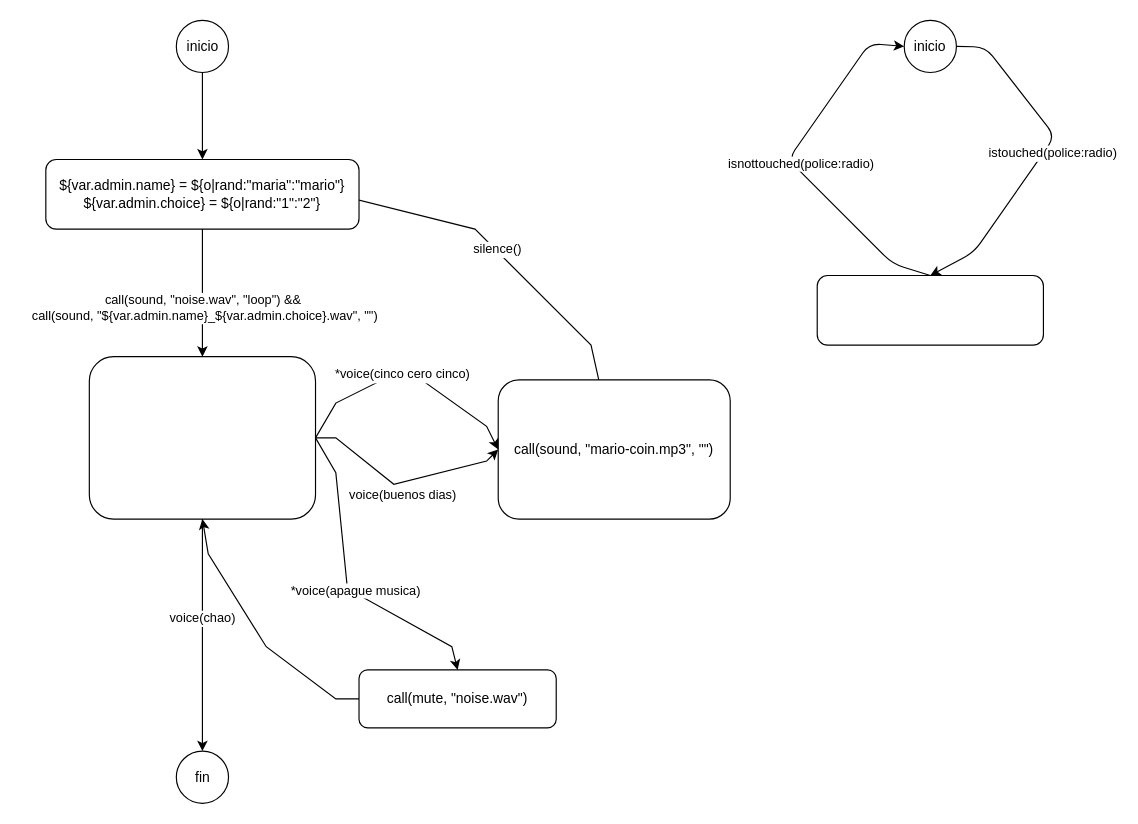
The draw.io diagram data/ue/scenes/caso1.drawio in ejfdelgado/ejflab, before the edit. Source tidied: cells renumbered, new cells numbered last; positions are measured from the earlier drawing's top-left corner, leaving out a move shared by most shapes. Both pictures are drawn from the tidied source at 116%, with x=0, y=0 at pixel (45, 20).
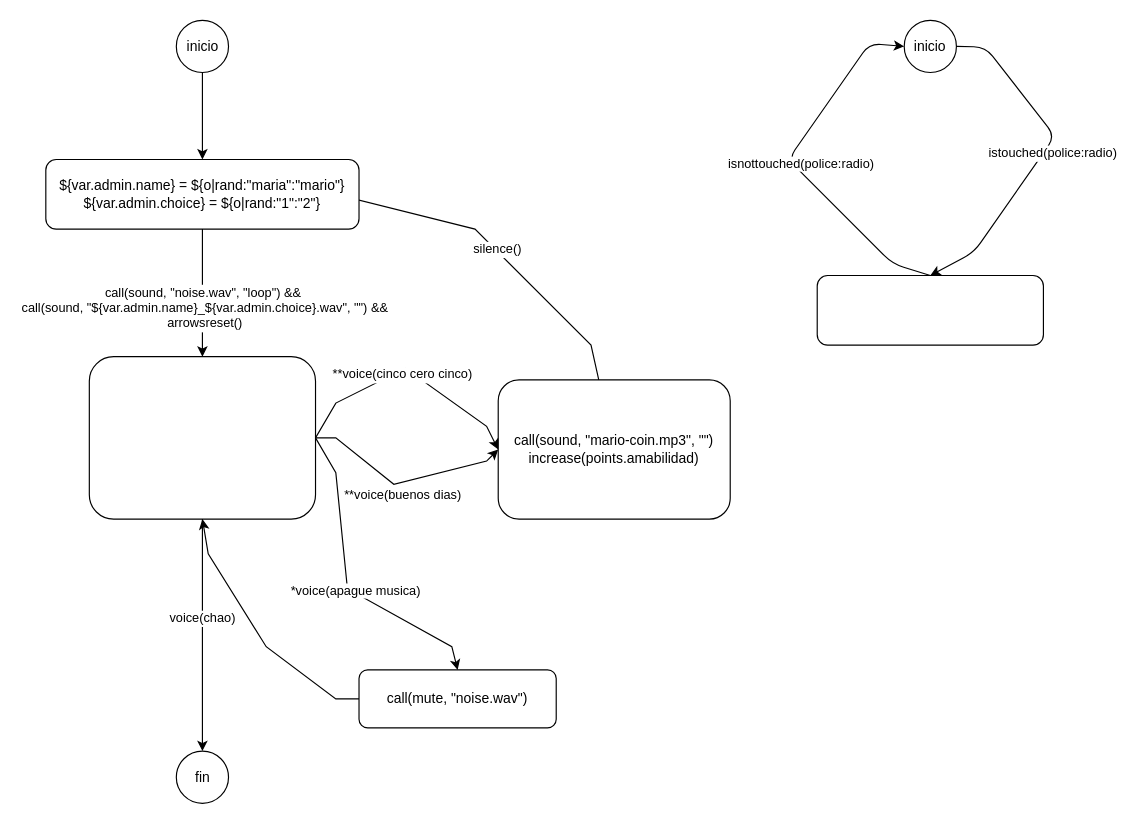
The same diagram, later.

The change refers to these unchanged cells:
```xml
<mxCell id="7" style="edgeStyle=none;rounded=0;exitX=1;exitY=0.5;exitDx=0;exitDy=0;entryX=0;entryY=0.5;entryDx=0;entryDy=0;" parent="1" edge="1" source="15" target="4">
  <mxGeometry relative="1" as="geometry">
    <Array as="points">
      <mxPoint x="250" y="330" />
      <mxPoint x="310" y="300" />
      <mxPoint x="380" y="350" />
    </Array>
  </mxGeometry>
</mxCell>
<mxCell id="9" style="edgeStyle=none;rounded=0;exitX=1;exitY=0.5;exitDx=0;exitDy=0;entryX=0;entryY=0.5;entryDx=0;entryDy=0;" parent="1" edge="1" source="15" target="4">
  <mxGeometry relative="1" as="geometry">
    <Array as="points">
      <mxPoint x="250" y="360" />
      <mxPoint x="300" y="400" />
      <mxPoint x="380" y="380" />
    </Array>
  </mxGeometry>
</mxCell>
<mxCell id="17" style="edgeStyle=none;rounded=0;" parent="1" edge="1" source="20" target="15">
  <mxGeometry relative="1" as="geometry" />
</mxCell>
```

What changed in the source:
```diff
@@
-    <mxCell id="4" value="call(sound, &quot;mario-coin.mp3&quot;, &quot;&quot;)" style="rounded=1;whiteSpace=wrap;fontSize=12;glass=0;strokeWidth=1;shadow=0;" parent="1" vertex="1">
+    <mxCell id="4" value="call(sound, &quot;mario-coin.mp3&quot;, &quot;&quot;)&#10;increase(points.amabilidad)" style="rounded=1;whiteSpace=wrap;fontSize=12;glass=0;strokeWidth=1;shadow=0;" parent="1" vertex="1">
       <mxGeometry x="390" y="310" width="200" height="120" as="geometry" />
     </mxCell>
@@
-    <mxCell id="8" value="*voice(cinco cero cinco)" style="edgeLabel;align=center;verticalAlign=middle;" parent="7" vertex="1">
+    <mxCell id="8" value="**voice(cinco cero cinco)" style="edgeLabel;align=center;verticalAlign=middle;" parent="7" vertex="1">
       <mxGeometry x="-0.27" y="1" relative="1" as="geometry">
         <mxPoint x="20" y="-6" as="offset" />
       </mxGeometry>
     </mxCell>
@@
-    <mxCell id="10" value="voice(buenos dias)" style="edgeLabel;align=center;verticalAlign=middle;" parent="9" vertex="1">
+    <mxCell id="10" value="**voice(buenos dias)" style="edgeLabel;align=center;verticalAlign=middle;" parent="9" vertex="1">
       <mxGeometry x="0.12" y="-3" relative="1" as="geometry">
         <mxPoint x="-11" y="10" as="offset" />
       </mxGeometry>
     </mxCell>
@@
-    <mxCell id="19" value="call(sound, &quot;noise.wav&quot;, &quot;loop&quot;) &amp;&amp; &#10;call(sound, &quot;${var.admin.name}_${var.admin.choice}.wav&quot;, &quot;&quot;)" style="edgeLabel;align=center;verticalAlign=middle;" parent="17" vertex="1">
+    <mxCell id="19" value="call(sound, &quot;noise.wav&quot;, &quot;loop&quot;) &amp;&amp; &#10;call(sound, &quot;${var.admin.name}_${var.admin.choice}.wav&quot;, &quot;&quot;) &amp;&amp;&#10;arrowsreset()" style="edgeLabel;align=center;verticalAlign=middle;" parent="17" vertex="1">
       <mxGeometry x="0.22" y="2" relative="1" as="geometry" />
     </mxCell>
```
